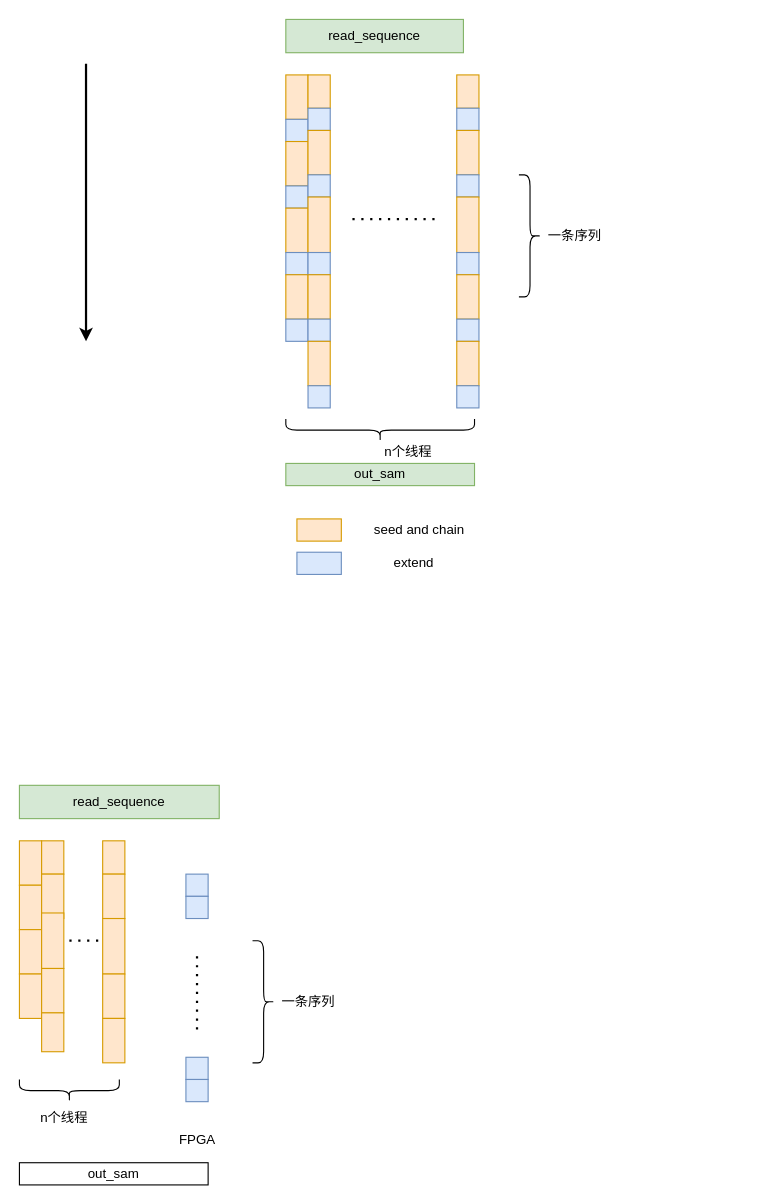
Earlier version of the draw.io diagram page "task parallel" (15 of 15) of FPGA_output.drawio (muguang123/drwaio). Source tidied: cells renumbered, new cells numbered last; positions are measured from the earlier drawing's top-left corner, leaving out a move shared by most shapes. Both pictures are drawn from the tidied source at 111%, with x=0, y=0 at pixel (19, 19).
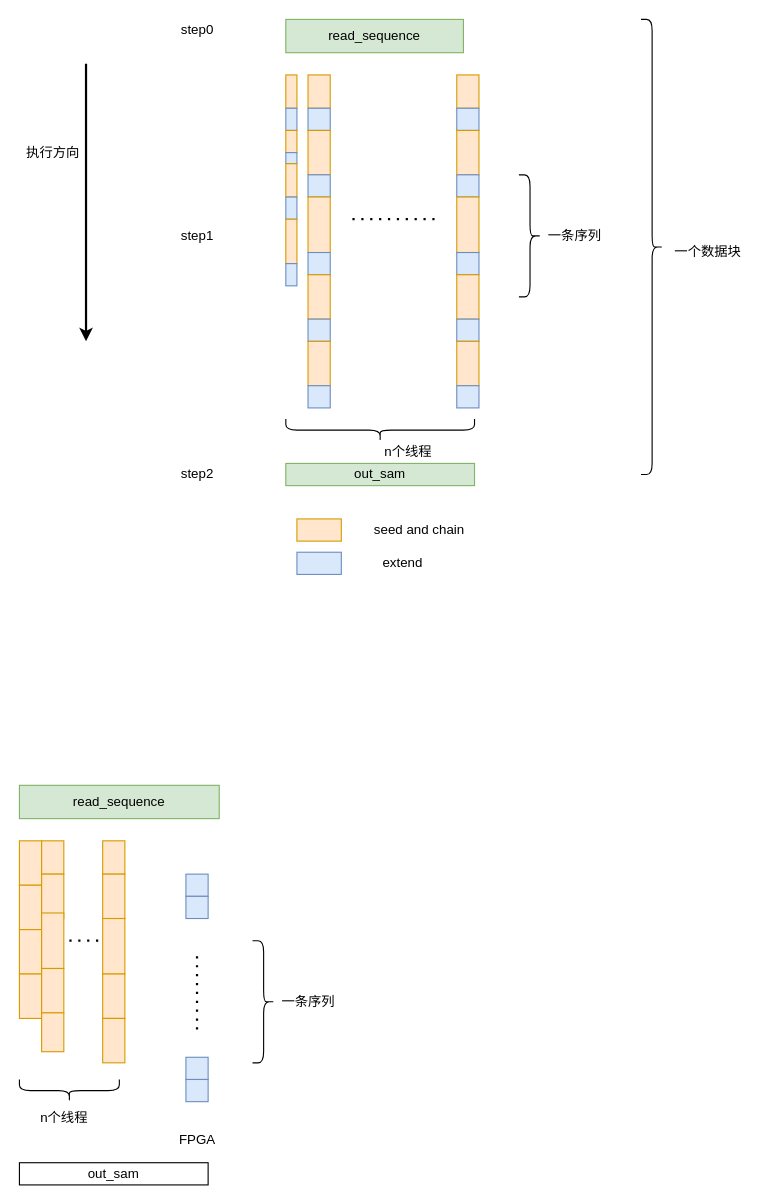
After the change.

The edit, as a diff of the source:
```diff
@@
     <mxCell id="2" style="rounded=0;whiteSpace=wrap;html=1;fillColor=#ffe6cc;strokeColor=#d79b00;" parent="1" vertex="1">
-      <mxGeometry x="240" y="50" width="20" height="40" as="geometry" />
+      <mxGeometry x="240" y="50" width="10" height="30" as="geometry" />
     </mxCell>
     <mxCell id="3" style="rounded=0;whiteSpace=wrap;html=1;fillColor=#dae8fc;strokeColor=#6c8ebf;" parent="1" vertex="1">
-      <mxGeometry x="240" y="90" width="20" height="20" as="geometry" />
+      <mxGeometry x="240" y="80" width="10" height="20" as="geometry" />
     </mxCell>
     <mxCell id="4" style="rounded=0;whiteSpace=wrap;html=1;fillColor=#ffe6cc;strokeColor=#d79b00;" parent="1" vertex="1">
-      <mxGeometry x="240" y="110" width="20" height="40" as="geometry" />
+      <mxGeometry x="240" y="100" width="10" height="20" as="geometry" />
     </mxCell>
     <mxCell id="5" style="rounded=0;whiteSpace=wrap;html=1;fillColor=#dae8fc;strokeColor=#6c8ebf;" parent="1" vertex="1">
-      <mxGeometry x="240" y="150" width="20" height="20" as="geometry" />
+      <mxGeometry x="240" y="120" width="10" height="10" as="geometry" />
     </mxCell>
     <mxCell id="6" style="rounded=0;whiteSpace=wrap;html=1;fillColor=#ffe6cc;strokeColor=#d79b00;" parent="1" vertex="1">
-      <mxGeometry x="240" y="170" width="20" height="40" as="geometry" />
+      <mxGeometry x="240" y="130" width="10" height="30" as="geometry" />
     </mxCell>
     <mxCell id="7" style="rounded=0;whiteSpace=wrap;html=1;fillColor=#dae8fc;strokeColor=#6c8ebf;" parent="1" vertex="1">
-      <mxGeometry x="240" y="210" width="20" height="20" as="geometry" />
+      <mxGeometry x="240" y="160" width="10" height="20" as="geometry" />
     </mxCell>
     <mxCell id="8" style="rounded=0;whiteSpace=wrap;html=1;fillColor=#ffe6cc;strokeColor=#d79b00;" parent="1" vertex="1">
-      <mxGeometry x="240" y="230" width="20" height="40" as="geometry" />
+      <mxGeometry x="240" y="180" width="10" height="40" as="geometry" />
     </mxCell>
     <mxCell id="9" style="rounded=0;whiteSpace=wrap;html=1;fillColor=#dae8fc;strokeColor=#6c8ebf;" parent="1" vertex="1">
-      <mxGeometry x="240" y="270" width="20" height="20" as="geometry" />
+      <mxGeometry x="240" y="220" width="10" height="20" as="geometry" />
     </mxCell>
@@
     <mxCell id="67" value="extend" style="text;html=1;align=center;verticalAlign=middle;" parent="1" vertex="1">
-      <mxGeometry x="330" y="480" width="50" height="20" as="geometry" />
+      <mxGeometry x="320" y="480" width="50" height="20" as="geometry" />
     </mxCell>
@@
+    <mxCell id="69" value="step0" style="text;html=1;align=center;verticalAlign=middle;" parent="1" vertex="1">
+      <mxGeometry x="140" width="40" height="20" as="geometry" />
+    </mxCell>
+    <mxCell id="70" value="step1" style="text;html=1;align=center;verticalAlign=middle;" parent="1" vertex="1">
+      <mxGeometry x="140" y="185" width="40" height="20" as="geometry" />
+    </mxCell>
+    <mxCell id="71" value="step2" style="text;html=1;align=center;verticalAlign=middle;" parent="1" vertex="1">
+      <mxGeometry x="140" y="400" width="40" height="20" as="geometry" />
+    </mxCell>
+    <mxCell id="72" style="shape=curlyBracket;whiteSpace=wrap;html=1;rounded=1;direction=west;" parent="1" vertex="1">
+      <mxGeometry x="560" width="20" height="410" as="geometry" />
+    </mxCell>
+    <mxCell id="73" value="一个数据块" style="text;html=1;align=center;verticalAlign=middle;" parent="1" vertex="1">
+      <mxGeometry x="580" y="200" width="80" height="20" as="geometry" />
+    </mxCell>
+    <mxCell id="74" value="执行方向" style="text;html=1;align=center;verticalAlign=middle;" parent="1" vertex="1">
+      <mxGeometry y="110" width="60" height="20" as="geometry" />
+    </mxCell>
```
